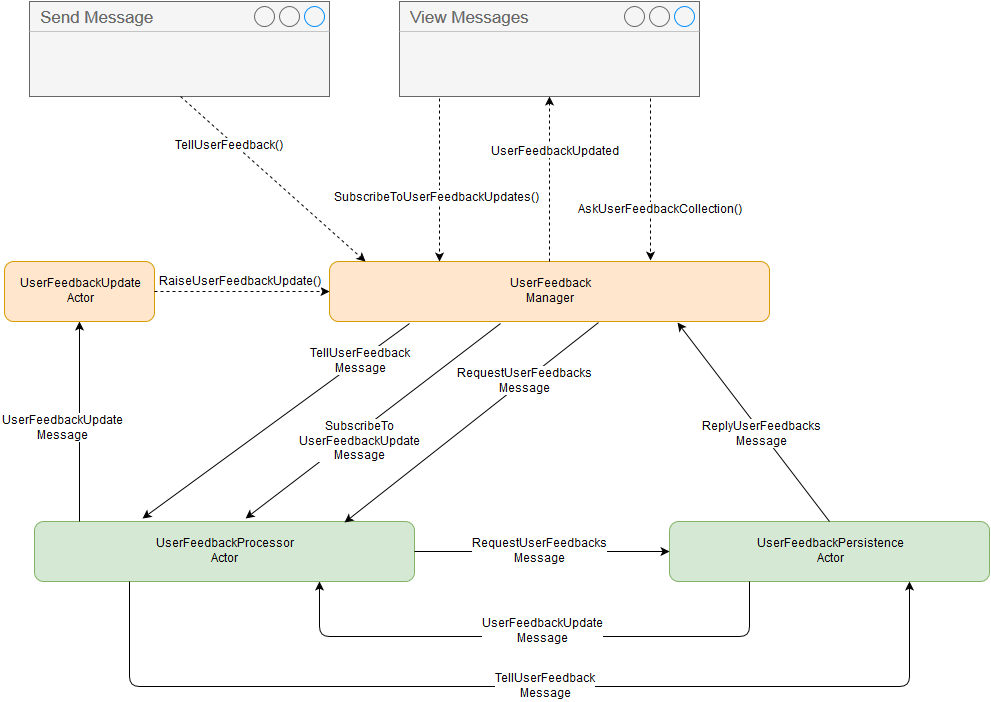
This is User.Feedback - Actors Model.png from alexander-mazur/User.Feedback.Akka, a draw.io export, as it was before one commit. Source tidied: cells renumbered, new cells last; positions are measured from the earlier drawing's top-left corner, leaving out a move shared by most shapes.
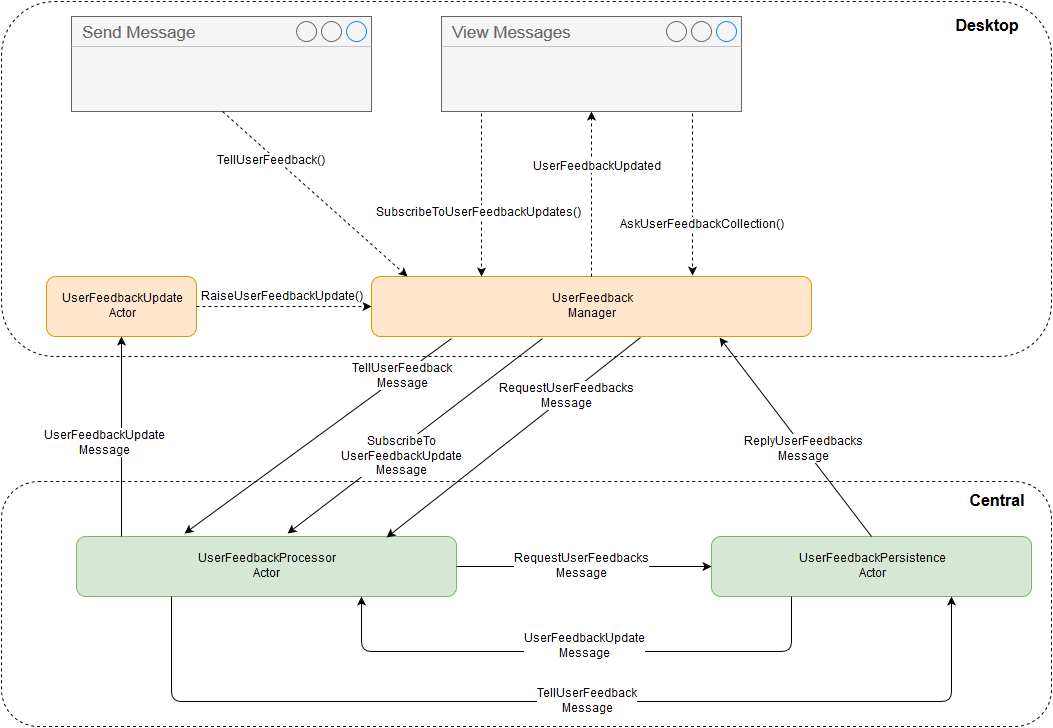
The same diagram one commit later.

Change to the diagram source:
```diff
@@ -30,13 +30,13 @@
       </mxGeometry>
     </mxCell>
     <mxCell id="8" style="endArrow=classic;html=1;strokeColor=#000000;strokeWidth=1;exitX=0.5;exitY=0;entryX=0.791;entryY=1.017;entryPerimeter=0;" parent="1" edge="1" source="3" target="20">
-      <mxGeometry x="510" y="505" as="geometry" />
+      <mxGeometry x="510" y="470" as="geometry" />
     </mxCell>
     <mxCell id="9" value="ReplyUserFeedbacks&lt;br&gt;Message" style="text;html=1;align=center;verticalAlign=middle;labelBackgroundColor=#ffffff;" parent="8" vertex="1">
       <mxGeometry x="-0.12" y="1" relative="1" as="geometry" />
     </mxCell>
     <mxCell id="10" style="endArrow=classic;html=1;strokeColor=#000000;strokeWidth=1;exitX=0.25;exitY=1;entryX=0.75;entryY=1;edgeStyle=orthogonalEdgeStyle;" parent="1" edge="1" source="3" target="2">
-      <mxGeometry x="685" y="510" as="geometry">
+      <mxGeometry x="685" y="475" as="geometry">
         <Array as="points">
           <mxPoint x="523" y="635" />
           <mxPoint x="196" y="635" />
@@ -49,7 +49,7 @@
       </mxGeometry>
     </mxCell>
     <mxCell id="12" style="endArrow=classic;html=1;strokeColor=#000000;strokeWidth=1;entryX=0.284;entryY=-0.05;exitX=0.182;exitY=1.033;exitPerimeter=0;entryPerimeter=0;" parent="1" edge="1" source="20" target="2">
-      <mxGeometry x="80" y="450" as="geometry" />
+      <mxGeometry x="80" y="415" as="geometry" />
     </mxCell>
     <mxCell id="13" value="TellUserFeedback&lt;br&gt;Message" style="text;html=1;align=center;verticalAlign=middle;labelBackgroundColor=#ffffff;" parent="12" vertex="1">
       <mxGeometry x="-0.12" y="1" relative="1" as="geometry">
@@ -57,7 +57,7 @@
       </mxGeometry>
     </mxCell>
     <mxCell id="14" style="endArrow=classic;html=1;strokeColor=#000000;strokeWidth=1;entryX=0;entryY=0.5;exitX=1;exitY=0.5;" parent="1" edge="1" source="2" target="3">
-      <mxGeometry x="291" y="450" as="geometry" />
+      <mxGeometry x="291" y="415" as="geometry" />
     </mxCell>
     <mxCell id="15" value="RequestUserFeedbacks&lt;br&gt;Message" style="text;html=1;align=center;verticalAlign=middle;labelBackgroundColor=#ffffff;" parent="14" vertex="1">
       <mxGeometry x="-0.1" y="-2" relative="1" as="geometry">
@@ -65,7 +65,7 @@
       </mxGeometry>
     </mxCell>
     <mxCell id="16" style="endArrow=classic;html=1;strokeColor=#000000;strokeWidth=1;entryX=0.555;entryY=-0.05;exitX=0.388;exitY=1.033;exitPerimeter=0;entryPerimeter=0;" parent="1" edge="1" source="20" target="2">
-      <mxGeometry x="85" y="455" as="geometry" />
+      <mxGeometry x="85" y="420" as="geometry" />
     </mxCell>
     <mxCell id="17" value="SubscribeTo&lt;br&gt;UserFeedbackUpdate&lt;br&gt;Message" style="text;html=1;align=center;verticalAlign=middle;labelBackgroundColor=#ffffff;" parent="16" vertex="1">
       <mxGeometry x="-0.12" y="1" relative="1" as="geometry">
@@ -73,7 +73,7 @@
       </mxGeometry>
     </mxCell>
     <mxCell id="18" style="endArrow=classic;html=1;strokeColor=#000000;strokeWidth=1;exitX=0.118;exitY=0;exitPerimeter=0;entryX=0.5;entryY=1;" parent="1" edge="1" source="2" target="21">
-      <mxGeometry x="630" y="105" as="geometry" />
+      <mxGeometry x="630" y="70" as="geometry" />
     </mxCell>
     <mxCell id="19" value="UserFeedbackUpdate&lt;br&gt;Message" style="text;html=1;align=center;verticalAlign=middle;labelBackgroundColor=#ffffff;" parent="18" vertex="1">
       <mxGeometry x="-0.1" y="-2" relative="1" as="geometry">
@@ -101,7 +101,7 @@
       <mxGeometry x="395" width="300" height="95" as="geometry" />
     </mxCell>
     <mxCell id="26" style="endArrow=classic;html=1;strokeColor=#000000;strokeWidth=1;exitX=0.5;exitY=0;dashed=1;" parent="1" edge="1" source="20">
-      <mxGeometry x="500" y="280" as="geometry">
+      <mxGeometry x="500" y="245" as="geometry">
         <mxPoint x="545" y="95" as="targetPoint" />
       </mxGeometry>
     </mxCell>
@@ -111,7 +111,7 @@
       </mxGeometry>
     </mxCell>
     <mxCell id="28" style="endArrow=classic;html=1;strokeColor=#000000;strokeWidth=1;dashed=1;entryX=0.25;entryY=0;exitX=0.133;exitY=1.019;exitPerimeter=0;" parent="1" edge="1" source="25" target="20">
-      <mxGeometry x="505" y="285" as="geometry" />
+      <mxGeometry x="505" y="250" as="geometry" />
     </mxCell>
     <mxCell id="29" value="SubscribeToUserFeedbackUpdates()" style="text;html=1;align=center;verticalAlign=middle;labelBackgroundColor=#ffffff;" parent="28" vertex="1">
       <mxGeometry x="-0.05" y="1" relative="1" as="geometry">
@@ -119,7 +119,7 @@
       </mxGeometry>
     </mxCell>
     <mxCell id="30" style="endArrow=classic;html=1;strokeColor=#000000;strokeWidth=1;dashed=1;exitX=0.837;exitY=1.021;entryX=0.73;entryY=-0.017;entryPerimeter=0;exitPerimeter=0;" parent="1" edge="1" source="25" target="20">
-      <mxGeometry x="510" y="290" as="geometry" />
+      <mxGeometry x="510" y="255" as="geometry" />
     </mxCell>
     <mxCell id="31" value="AskUserFeedbackCollection()" style="text;html=1;align=center;verticalAlign=middle;labelBackgroundColor=#ffffff;" parent="30" vertex="1">
       <mxGeometry x="-0.05" y="1" relative="1" as="geometry">
@@ -127,12 +127,24 @@
       </mxGeometry>
     </mxCell>
     <mxCell id="32" style="endArrow=classic;html=1;strokeColor=#000000;strokeWidth=1;dashed=1;entryX=0.082;entryY=0;exitX=0.503;exitY=1;exitPerimeter=0;entryPerimeter=0;" parent="1" edge="1" source="24" target="20">
-      <mxGeometry x="510" y="290" as="geometry" />
+      <mxGeometry x="510" y="255" as="geometry" />
     </mxCell>
     <mxCell id="33" value="TellUserFeedback()" style="text;html=1;align=center;verticalAlign=middle;labelBackgroundColor=#ffffff;" parent="32" vertex="1">
       <mxGeometry x="-0.05" y="1" relative="1" as="geometry">
         <mxPoint x="-40" y="-28" as="offset" />
       </mxGeometry>
     </mxCell>
+    <mxCell id="34" style="rounded=1;whiteSpace=wrap;html=1;shadow=0;strokeColor=#000000;fillColor=none;align=center;dashed=1;" parent="1" vertex="1">
+      <mxGeometry x="-45" y="465" width="1050" height="245" as="geometry" />
+    </mxCell>
+    <mxCell id="35" style="rounded=1;whiteSpace=wrap;html=1;shadow=0;strokeColor=#000000;fillColor=none;align=center;dashed=1;" parent="1" vertex="1">
+      <mxGeometry x="-45" y="-15" width="1050" height="355" as="geometry" />
+    </mxCell>
+    <mxCell id="36" value="&lt;b&gt;Desktop&lt;/b&gt;" style="text;html=1;strokeColor=none;fillColor=none;align=center;verticalAlign=middle;whiteSpace=wrap;rounded=1;shadow=0;dashed=1;strokeWidth=1;fontSize=16;" parent="1" vertex="1">
+      <mxGeometry x="905" width="70" height="20" as="geometry" />
+    </mxCell>
+    <mxCell id="37" value="&lt;b&gt;Central&lt;/b&gt;" style="text;html=1;strokeColor=none;fillColor=none;align=center;verticalAlign=middle;whiteSpace=wrap;rounded=1;shadow=0;dashed=1;strokeWidth=1;fontSize=16;" parent="1" vertex="1">
+      <mxGeometry x="915" y="475" width="70" height="20" as="geometry" />
+    </mxCell>
   </root>
 </mxGraphModel>
```
